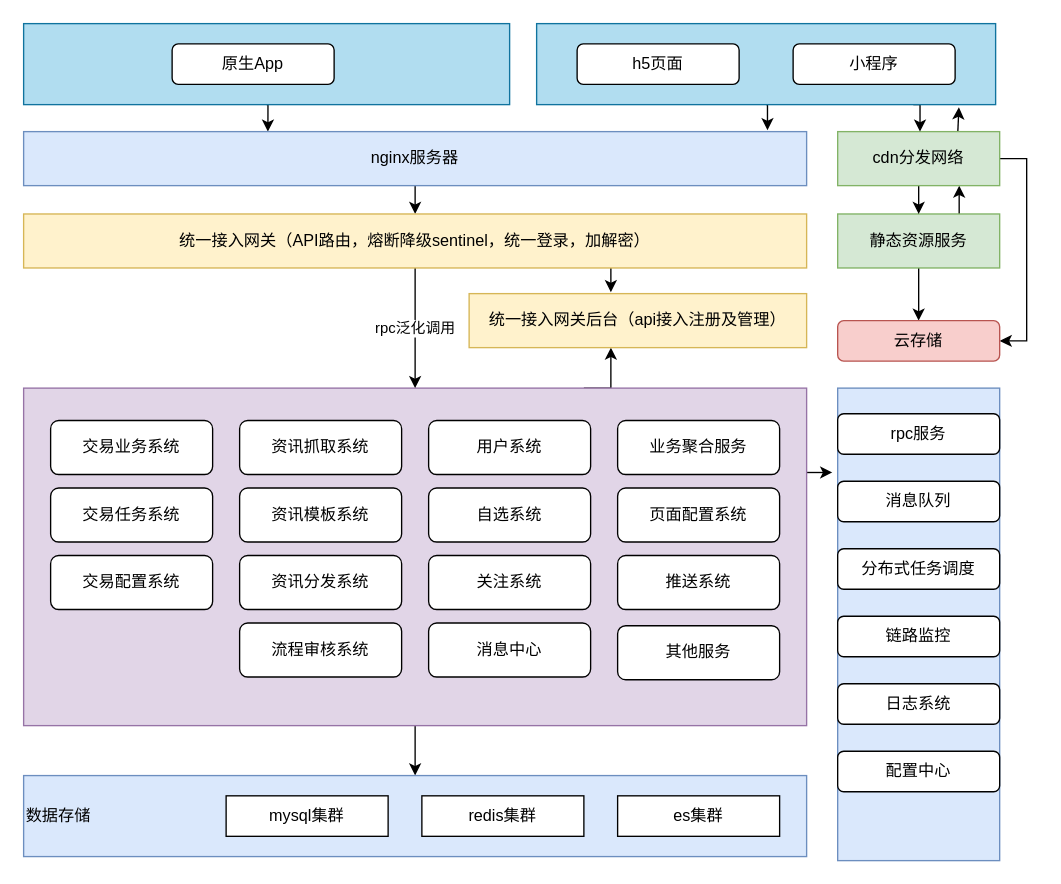
WindRain20140210/files-ArchitectureDiagram keeps this draw.io diagram as 证券系统整体架构图.drawio. Above is the earlier version. Source tidied: cells renumbered, new cells numbered last; positions are measured from the earlier drawing's top-left corner, leaving out a move shared by most shapes. Both pictures are drawn from the tidied source at 135%, with x=0, y=0 at pixel (23, 23).
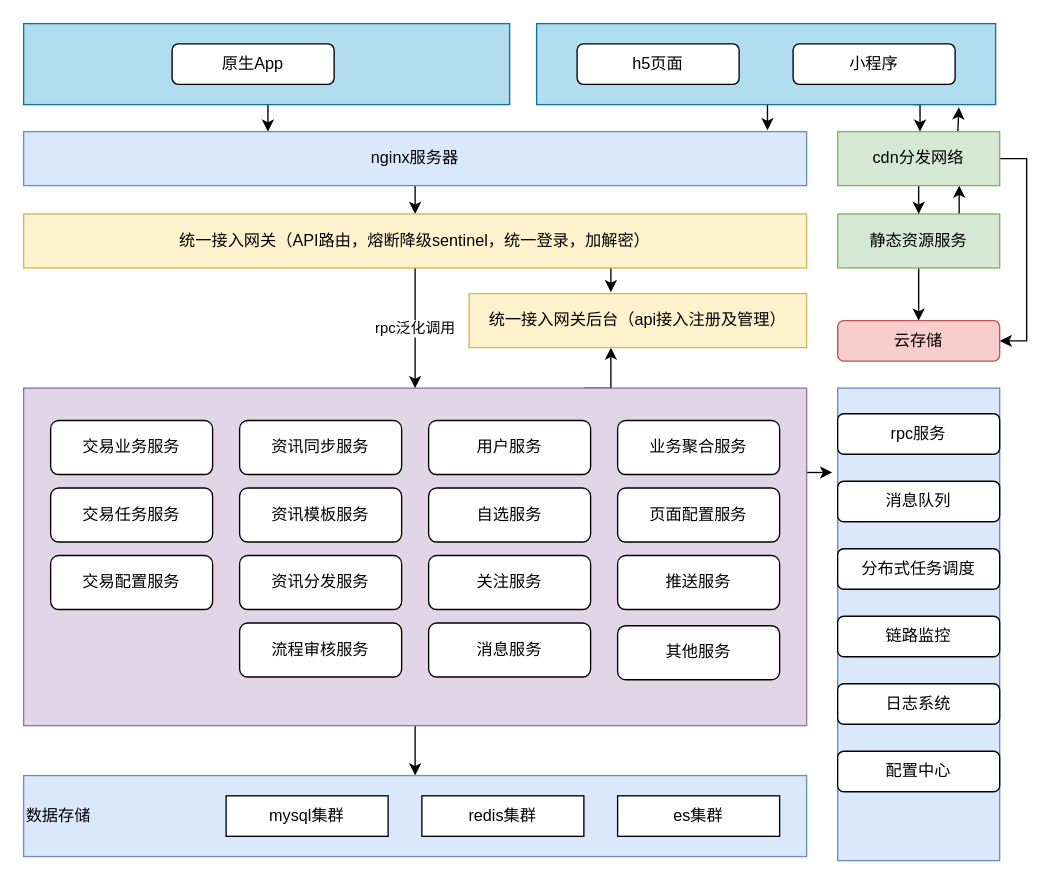
The same page after the edit.

Commit message:
Update 证券系统整体架构图.drawio

What changed in the source:
```diff
@@
-    <mxCell id="37" value="交易业务系统" style="rounded=1;whiteSpace=wrap;html=1;" parent="1" vertex="1">
+    <mxCell id="37" value="交易业务服务" style="rounded=1;whiteSpace=wrap;html=1;" parent="1" vertex="1">
       <mxGeometry x="20" y="294" width="120" height="40" as="geometry" />
     </mxCell>
-    <mxCell id="38" value="交易任务系统" style="rounded=1;whiteSpace=wrap;html=1;" parent="1" vertex="1">
+    <mxCell id="38" value="交易任务服务" style="rounded=1;whiteSpace=wrap;html=1;" parent="1" vertex="1">
       <mxGeometry x="20" y="344" width="120" height="40" as="geometry" />
     </mxCell>
-    <mxCell id="39" value="交易配置系统" style="rounded=1;whiteSpace=wrap;html=1;" parent="1" vertex="1">
+    <mxCell id="39" value="交易配置服务" style="rounded=1;whiteSpace=wrap;html=1;" parent="1" vertex="1">
       <mxGeometry x="20" y="394" width="120" height="40" as="geometry" />
     </mxCell>
-    <mxCell id="40" value="资讯抓取系统" style="rounded=1;whiteSpace=wrap;html=1;" parent="1" vertex="1">
+    <mxCell id="40" value="资讯同步服务" style="rounded=1;whiteSpace=wrap;html=1;" parent="1" vertex="1">
       <mxGeometry x="160" y="294" width="120" height="40" as="geometry" />
     </mxCell>
-    <mxCell id="41" value="资讯模板系统" style="rounded=1;whiteSpace=wrap;html=1;" parent="1" vertex="1">
+    <mxCell id="41" value="资讯模板服务" style="rounded=1;whiteSpace=wrap;html=1;" parent="1" vertex="1">
       <mxGeometry x="160" y="344" width="120" height="40" as="geometry" />
     </mxCell>
-    <mxCell id="42" value="资讯分发系统" style="rounded=1;whiteSpace=wrap;html=1;" parent="1" vertex="1">
+    <mxCell id="42" value="资讯分发服务" style="rounded=1;whiteSpace=wrap;html=1;" parent="1" vertex="1">
       <mxGeometry x="160" y="394" width="120" height="40" as="geometry" />
     </mxCell>
-    <mxCell id="43" value="流程审核系统" style="rounded=1;whiteSpace=wrap;html=1;" parent="1" vertex="1">
+    <mxCell id="43" value="流程审核服务" style="rounded=1;whiteSpace=wrap;html=1;" parent="1" vertex="1">
       <mxGeometry x="160" y="444" width="120" height="40" as="geometry" />
     </mxCell>
-    <mxCell id="44" value="用户系统" style="rounded=1;whiteSpace=wrap;html=1;" parent="1" vertex="1">
+    <mxCell id="44" value="用户服务" style="rounded=1;whiteSpace=wrap;html=1;" parent="1" vertex="1">
       <mxGeometry x="300" y="294" width="120" height="40" as="geometry" />
     </mxCell>
-    <mxCell id="45" value="自选系统" style="rounded=1;whiteSpace=wrap;html=1;" parent="1" vertex="1">
+    <mxCell id="45" value="自选服务" style="rounded=1;whiteSpace=wrap;html=1;" parent="1" vertex="1">
       <mxGeometry x="300" y="344" width="120" height="40" as="geometry" />
     </mxCell>
-    <mxCell id="46" value="关注系统" style="rounded=1;whiteSpace=wrap;html=1;" parent="1" vertex="1">
+    <mxCell id="46" value="关注服务" style="rounded=1;whiteSpace=wrap;html=1;" parent="1" vertex="1">
       <mxGeometry x="300" y="394" width="120" height="40" as="geometry" />
     </mxCell>
-    <mxCell id="47" value="消息中心" style="rounded=1;whiteSpace=wrap;html=1;" parent="1" vertex="1">
+    <mxCell id="47" value="消息服务" style="rounded=1;whiteSpace=wrap;html=1;" parent="1" vertex="1">
       <mxGeometry x="300" y="444" width="120" height="40" as="geometry" />
     </mxCell>
-    <mxCell id="48" value="页面配置系统" style="rounded=1;whiteSpace=wrap;html=1;" parent="1" vertex="1">
+    <mxCell id="48" value="页面配置服务" style="rounded=1;whiteSpace=wrap;html=1;" parent="1" vertex="1">
       <mxGeometry x="440" y="344" width="120" height="40" as="geometry" />
     </mxCell>
@@
-    <mxCell id="50" value="推送系统" style="rounded=1;whiteSpace=wrap;html=1;" parent="1" vertex="1">
+    <mxCell id="50" value="推送服务" style="rounded=1;whiteSpace=wrap;html=1;" parent="1" vertex="1">
       <mxGeometry x="440" y="394" width="120" height="40" as="geometry" />
     </mxCell>
```
